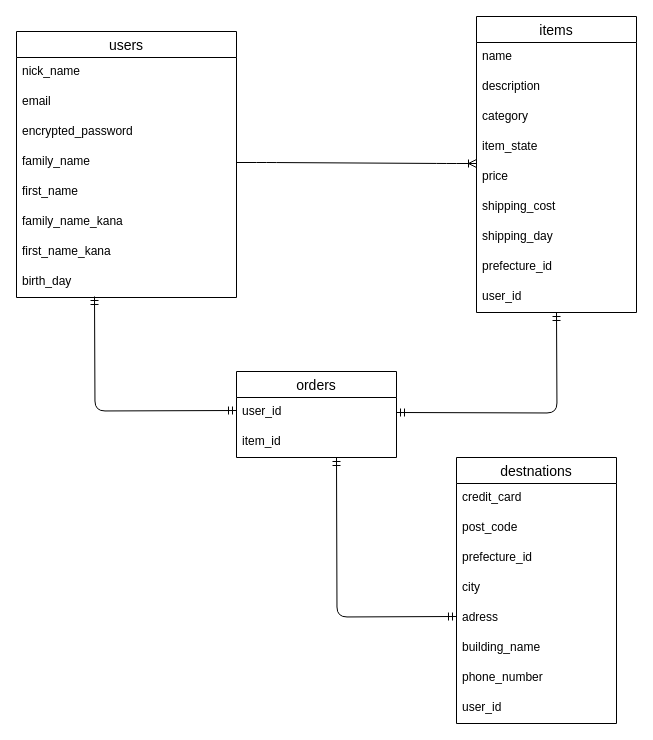
Above: ERD.dio in sochi0720/furima-33467 (draw.io), before the change. Source tidied: cells renumbered, new cells numbered last; positions are measured from the earlier drawing's top-left corner, leaving out a move shared by most shapes. Both pictures are drawn from the tidied source at 100%, with x=0, y=0 at pixel (16, 16).
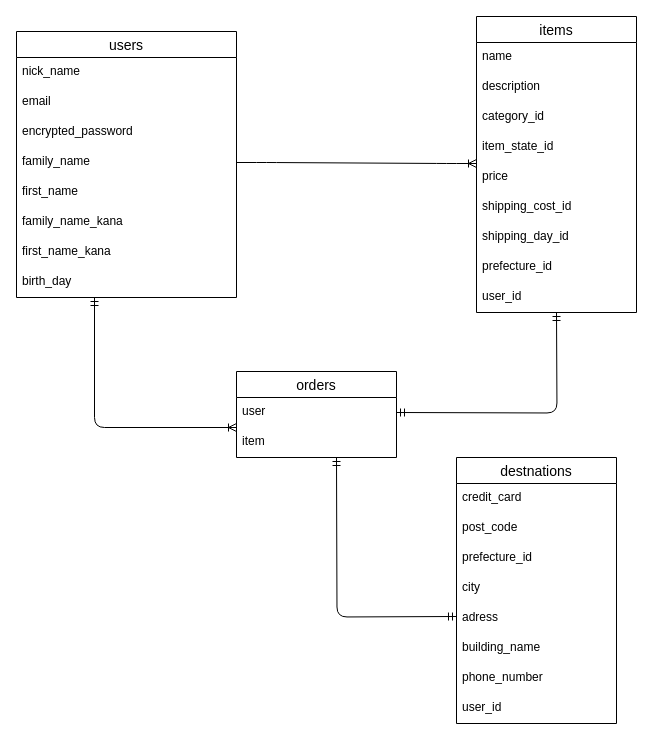
The same diagram, later.

The change refers to these unchanged cells:
```xml
<mxCell id="2" value="items" style="swimlane;fontStyle=0;horizontal=1;startSize=26;align=center;fontSize=14;" parent="1" vertex="1">
  <mxGeometry x="460" width="160" height="296" as="geometry" />
</mxCell>
<mxCell id="21" value="users" style="swimlane;fontStyle=0;horizontal=1;startSize=26;align=center;fontSize=14;" parent="1" vertex="1">
  <mxGeometry y="15" width="220" height="266" as="geometry" />
</mxCell>
<mxCell id="31" value="orders" style="swimlane;fontStyle=0;horizontal=1;startSize=26;align=center;fontSize=14;" parent="1" vertex="1">
  <mxGeometry x="220" y="355" width="160" height="86" as="geometry" />
</mxCell>
```

What changed in the source:
```diff
@@
-    <mxCell id="5" value="category" style="text;strokeColor=none;fillColor=none;spacingLeft=4;spacingRight=4;overflow=hidden;fontSize=12;" parent="2" vertex="1">
+    <mxCell id="5" value="category_id" style="text;strokeColor=none;fillColor=none;spacingLeft=4;spacingRight=4;overflow=hidden;fontSize=12;" parent="2" vertex="1">
       <mxGeometry y="86" width="160" height="30" as="geometry" />
     </mxCell>
-    <mxCell id="6" value="item_state" style="text;strokeColor=none;fillColor=none;spacingLeft=4;spacingRight=4;overflow=hidden;fontSize=12;" parent="2" vertex="1">
+    <mxCell id="6" value="item_state_id" style="text;strokeColor=none;fillColor=none;spacingLeft=4;spacingRight=4;overflow=hidden;fontSize=12;" parent="2" vertex="1">
       <mxGeometry y="116" width="160" height="30" as="geometry" />
     </mxCell>
@@
-    <mxCell id="8" value="shipping_cost" style="text;strokeColor=none;fillColor=none;spacingLeft=4;spacingRight=4;overflow=hidden;fontSize=12;" parent="2" vertex="1">
+    <mxCell id="8" value="shipping_cost_id" style="text;strokeColor=none;fillColor=none;spacingLeft=4;spacingRight=4;overflow=hidden;fontSize=12;" parent="2" vertex="1">
       <mxGeometry y="176" width="160" height="30" as="geometry" />
     </mxCell>
-    <mxCell id="9" value="shipping_day" style="text;strokeColor=none;fillColor=none;spacingLeft=4;spacingRight=4;overflow=hidden;fontSize=12;" parent="2" vertex="1">
+    <mxCell id="9" value="shipping_day_id" style="text;strokeColor=none;fillColor=none;spacingLeft=4;spacingRight=4;overflow=hidden;fontSize=12;" parent="2" vertex="1">
       <mxGeometry y="206" width="160" height="30" as="geometry" />
     </mxCell>
@@
+    <mxCell id="37" style="fontSize=12;html=1;endArrow=ERoneToMany;startArrow=ERmandOne;edgeStyle=orthogonalEdgeStyle;" parent="21" edge="1">
+      <mxGeometry relative="1" as="geometry">
+        <mxPoint x="78" y="266" as="sourcePoint" />
+        <mxPoint x="220" y="396" as="targetPoint" />
+        <Array as="points">
+          <mxPoint x="78" y="396" />
+        </Array>
+      </mxGeometry>
+    </mxCell>
@@
-    <mxCell id="32" value="user_id" style="text;strokeColor=none;fillColor=none;spacingLeft=4;spacingRight=4;overflow=hidden;fontSize=12;" parent="31" vertex="1">
+    <mxCell id="32" value="user" style="text;strokeColor=none;fillColor=none;spacingLeft=4;spacingRight=4;overflow=hidden;fontSize=12;" parent="31" vertex="1">
       <mxGeometry y="26" width="160" height="30" as="geometry" />
     </mxCell>
-    <mxCell id="33" value="item_id" style="text;strokeColor=none;fillColor=none;spacingLeft=4;spacingRight=4;overflow=hidden;fontSize=12;" parent="31" vertex="1">
+    <mxCell id="33" value="item" style="text;strokeColor=none;fillColor=none;spacingLeft=4;spacingRight=4;overflow=hidden;fontSize=12;" parent="31" vertex="1">
       <mxGeometry y="56" width="160" height="30" as="geometry" />
     </mxCell>
-    <mxCell id="34" style="edgeStyle=orthogonalEdgeStyle;fontSize=12;html=1;endArrow=ERmandOne;startArrow=ERmandOne;" parent="1" edge="1">
-      <mxGeometry relative="1" as="geometry">
-        <mxPoint x="220" y="394" as="sourcePoint" />
-        <mxPoint x="78" y="280" as="targetPoint" />
-      </mxGeometry>
-    </mxCell>
```
